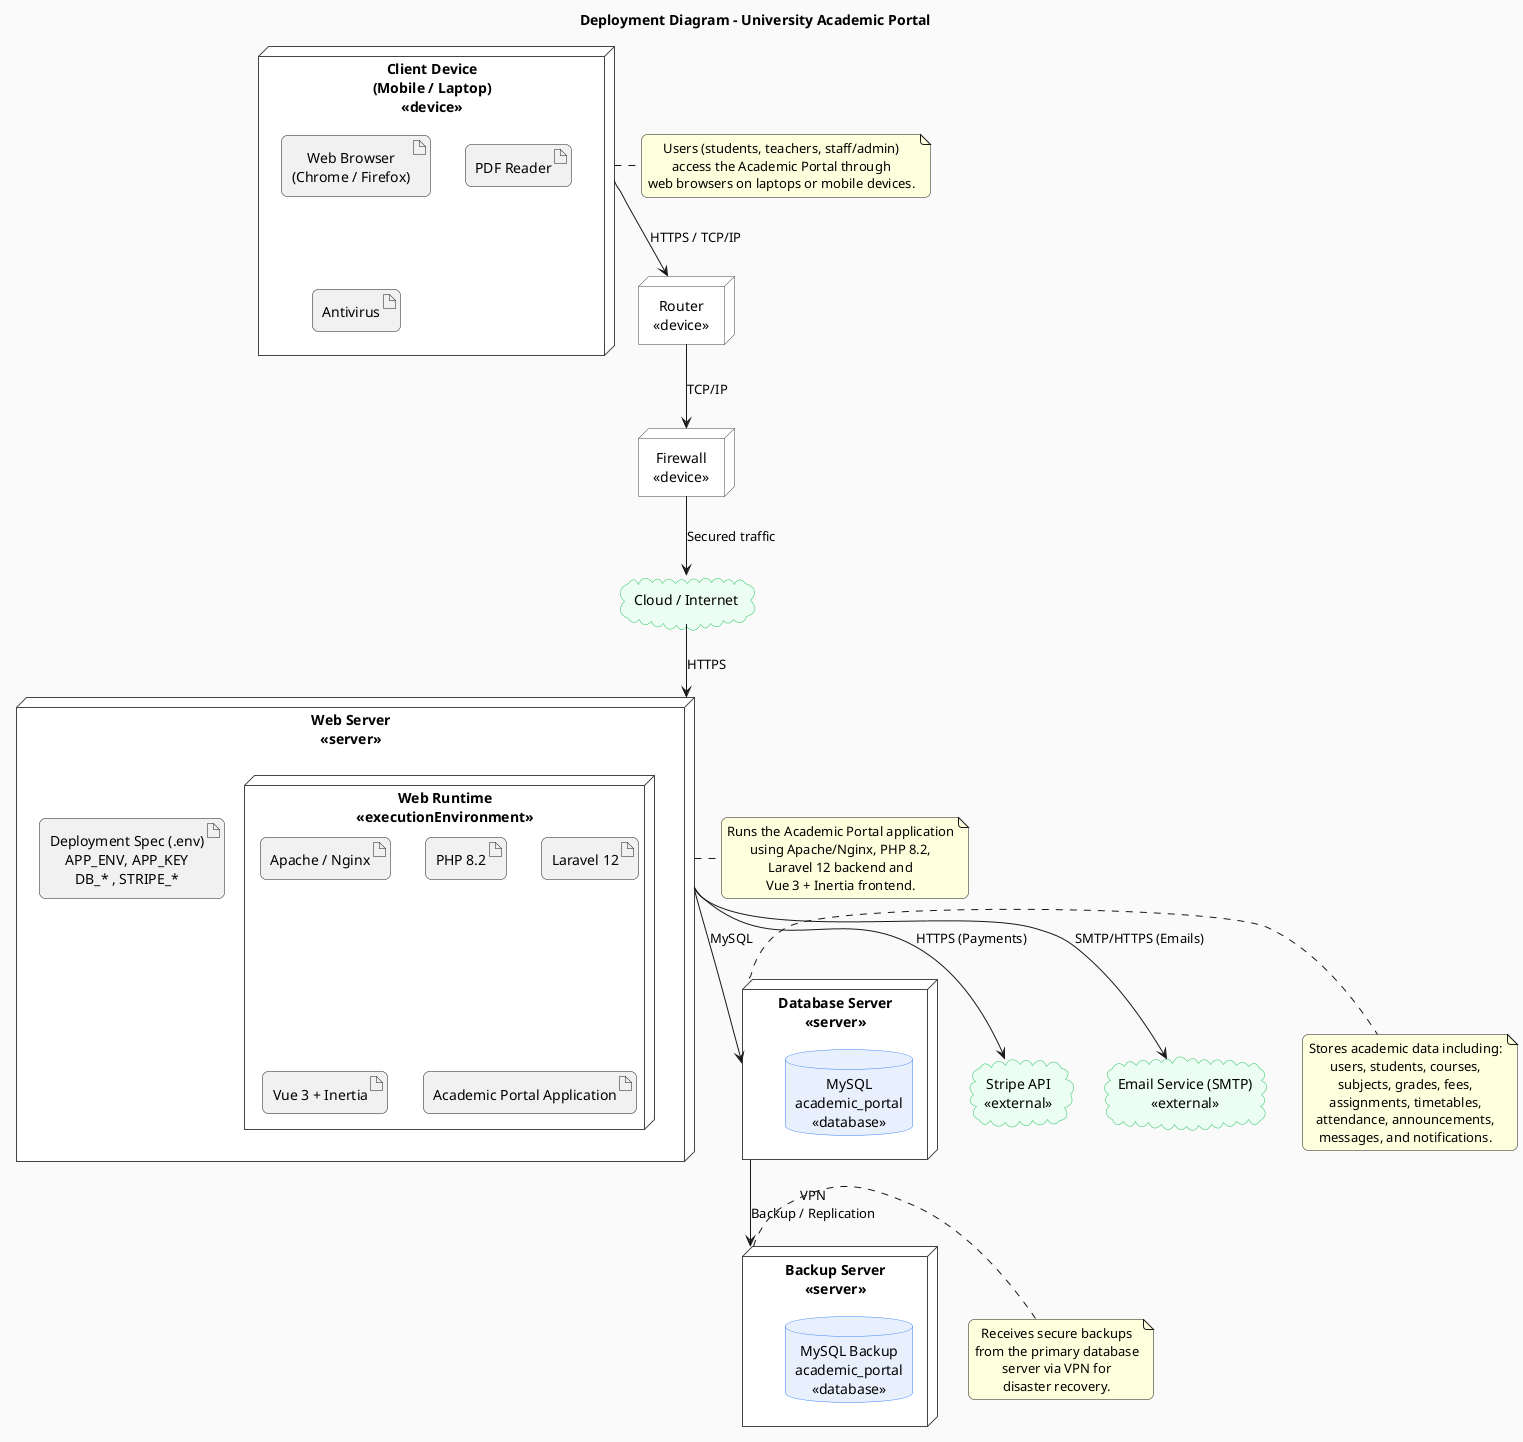
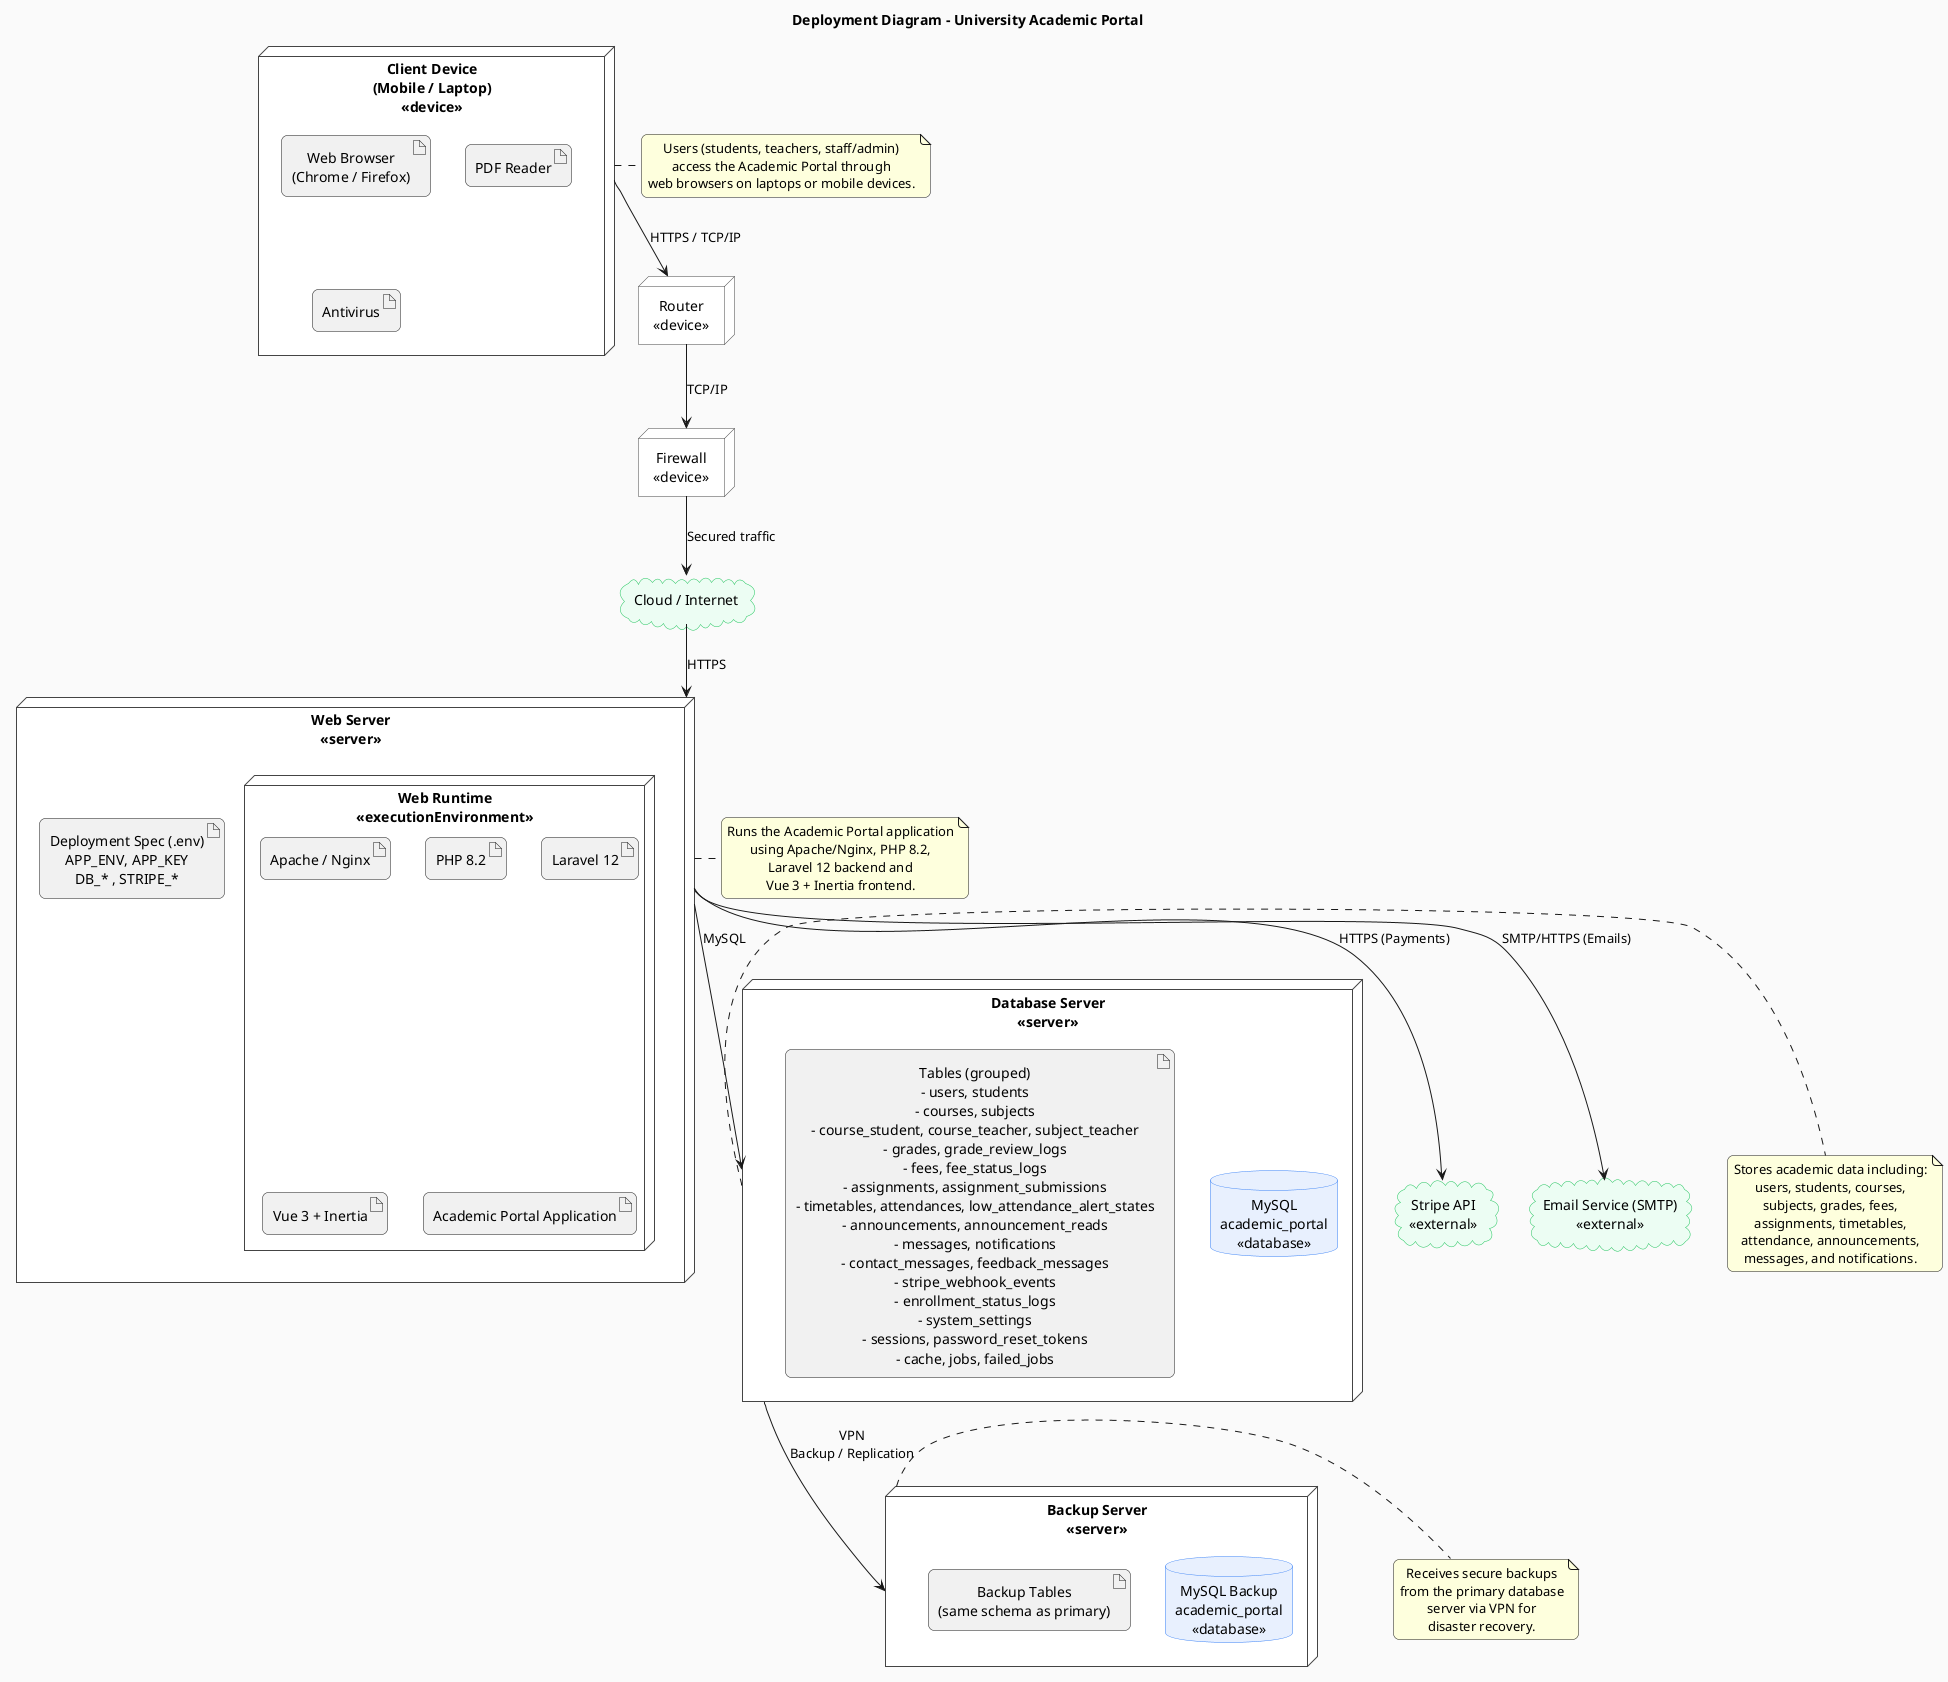
@startuml AcademicPortal_Deployment
title Deployment Diagram - University Academic Portal
top to bottom direction

skinparam shadowing false
skinparam roundcorner 12
skinparam defaultTextAlignment center
skinparam componentStyle rectangle
skinparam backgroundColor #FAFAFA

skinparam node {
  BackgroundColor white
  BorderColor #444444
}

skinparam database {
  BackgroundColor #E8F0FE
  BorderColor #3B82F6
}

skinparam cloud {
  BackgroundColor #ECFDF3
  BorderColor #22C55E
}

' ========= NODES / DEVICES =========
node "Client Device\n(Mobile / Laptop)\n<<device>>" as Client {
  artifact "Web Browser\n(Chrome / Firefox)"
  artifact "PDF Reader"
  artifact "Antivirus"
}

node "Router\n<<device>>" as Router
node "Firewall\n<<device>>" as Firewall
cloud "Cloud / Internet" as Internet

node "Web Server\n<<server>>" as WebServer {
  node "Web Runtime\n<<executionEnvironment>>" as WebRuntime {
    artifact "Apache / Nginx"
    artifact "PHP 8.2"
    artifact "Laravel 12"
    artifact "Vue 3 + Inertia"
    artifact "Academic Portal Application"
  }

  artifact "Deployment Spec (.env)\nAPP_ENV, APP_KEY\nDB_* , STRIPE_*"
}

together {
  node "Database Server\n<<server>>" as DBServer {
    database "MySQL\nacademic_portal\n<<database>>"
+     artifact "Tables (grouped)\n- users, students\n- courses, subjects\n- course_student, course_teacher, subject_teacher\n- grades, grade_review_logs\n- fees, fee_status_logs\n- assignments, assignment_submissions\n- timetables, attendances, low_attendance_alert_states\n- announcements, announcement_reads\n- messages, notifications\n- contact_messages, feedback_messages\n- stripe_webhook_events\n- enrollment_status_logs\n- system_settings\n- sessions, password_reset_tokens\n- cache, jobs, failed_jobs"
  }

  node "Backup Server\n<<server>>" as BackupServer {
    database "MySQL Backup\nacademic_portal\n<<database>>"
+     artifact "Backup Tables\n(same schema as primary)"
  }
}

cloud "Stripe API\n<<external>>" as Stripe
cloud "Email Service (SMTP)\n<<external>>" as Mail

Client --> Router : HTTPS / TCP/IP
Router --> Firewall : TCP/IP
Firewall --> Internet : Secured traffic
Internet --> WebServer : HTTPS

WebServer --> DBServer : MySQL
DBServer --> BackupServer : VPN\nBackup / Replication
WebServer --> Stripe : HTTPS (Payments)
WebServer --> Mail : SMTP/HTTPS (Emails)

note right of Client
Users (students, teachers, staff/admin)
access the Academic Portal through
web browsers on laptops or mobile devices.
end note

note right of WebServer
Runs the Academic Portal application
using Apache/Nginx, PHP 8.2,
Laravel 12 backend and
Vue 3 + Inertia frontend.
end note

note right of DBServer
Stores academic data including:
users, students, courses,
subjects, grades, fees,
assignments, timetables,
attendance, announcements,
messages, and notifications.
end note

note right of BackupServer
Receives secure backups
from the primary database
server via VPN for
disaster recovery.
end note

@enduml